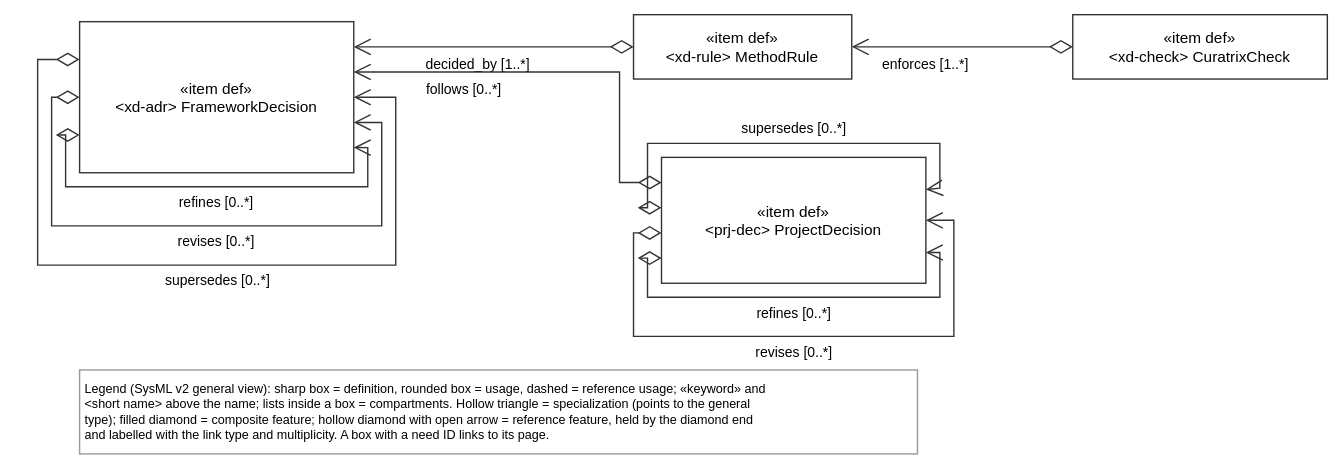
The draw.io diagram views/traceGovernance.drawio.svg in tiacsys/xdmod, before a commit. Source tidied: cells renumbered, new cells last; positions are measured from the earlier drawing's top-left corner, leaving out a move shared by most shapes.
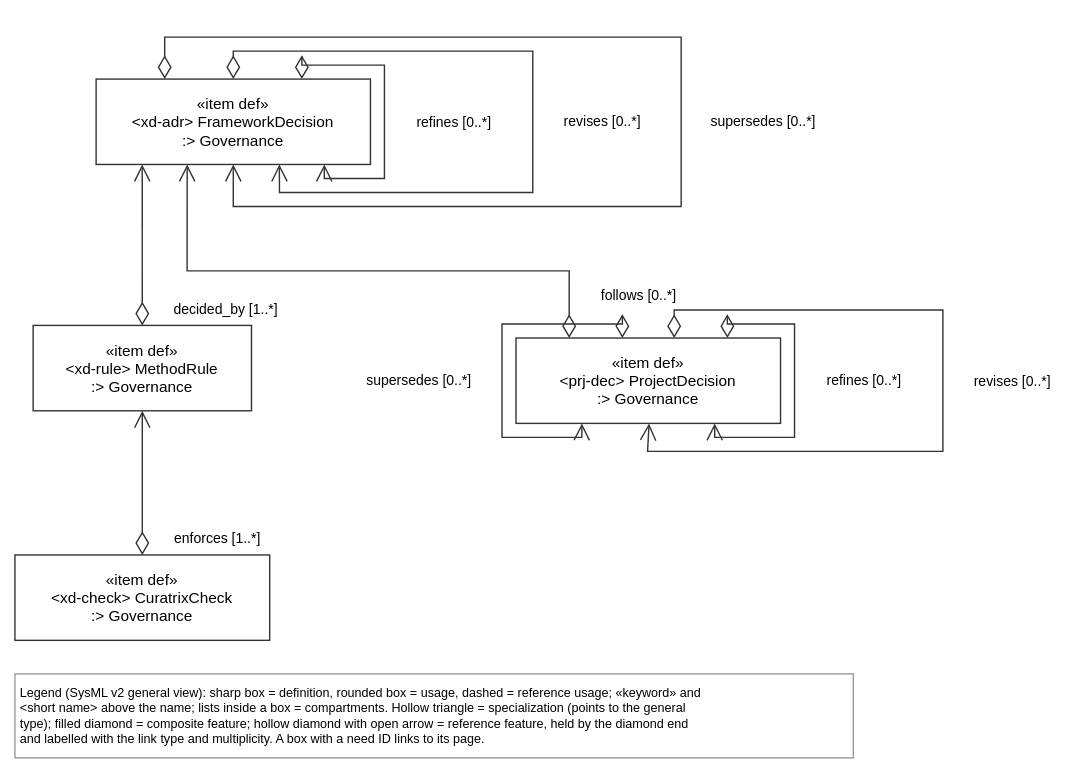
Later version of the same file.

Diff of the diagram source:
```diff
@@ -2,104 +2,104 @@
   <root>
     <mxCell id="0" />
     <mxCell id="1" parent="0" />
-    <mxCell id="2" value="«item def»&#10;&lt;xd-check&gt; CuratrixCheck" style="html=0;fontFamily=Helvetica;fontSize=11;strokeColor=#333333;rounded=0;fillColor=#FFFFFF;verticalAlign=middle;" parent="1" vertex="1">
-      <mxGeometry x="740" width="182" height="46" as="geometry" />
+    <mxCell id="2" value="«item def»&#10;&lt;xd-check&gt; CuratrixCheck&#10;:&gt; Governance" style="html=0;fontFamily=Helvetica;fontSize=11;strokeColor=#333333;rounded=0;fillColor=#FFFFFF;verticalAlign=middle;" parent="1" vertex="1">
+      <mxGeometry y="370" width="182" height="61" as="geometry" />
     </mxCell>
-    <mxCell id="3" value="«item def»&#10;&lt;xd-adr&gt; FrameworkDecision" style="html=0;fontFamily=Helvetica;fontSize=11;strokeColor=#333333;rounded=0;fillColor=#FFFFFF;verticalAlign=middle;" parent="1" vertex="1">
-      <mxGeometry x="30" y="5" width="196" height="108" as="geometry" />
+    <mxCell id="3" value="«item def»&#10;&lt;xd-adr&gt; FrameworkDecision&#10;:&gt; Governance" style="html=0;fontFamily=Helvetica;fontSize=11;strokeColor=#333333;rounded=0;fillColor=#FFFFFF;verticalAlign=middle;" parent="1" vertex="1">
+      <mxGeometry x="58" y="30" width="196" height="61" as="geometry" />
     </mxCell>
-    <mxCell id="4" value="«item def»&#10;&lt;xd-rule&gt; MethodRule" style="html=0;fontFamily=Helvetica;fontSize=11;strokeColor=#333333;rounded=0;fillColor=#FFFFFF;verticalAlign=middle;" parent="1" vertex="1">
-      <mxGeometry x="426" width="156" height="46" as="geometry" />
+    <mxCell id="4" value="«item def»&#10;&lt;xd-rule&gt; MethodRule&#10;:&gt; Governance" style="html=0;fontFamily=Helvetica;fontSize=11;strokeColor=#333333;rounded=0;fillColor=#FFFFFF;verticalAlign=middle;" parent="1" vertex="1">
+      <mxGeometry x="13" y="206" width="156" height="61" as="geometry" />
     </mxCell>
-    <mxCell id="5" value="«item def»&#10;&lt;prj-dec&gt; ProjectDecision" style="html=0;fontFamily=Helvetica;fontSize=11;strokeColor=#333333;rounded=0;fillColor=#FFFFFF;verticalAlign=middle;" parent="1" vertex="1">
-      <mxGeometry x="446" y="102" width="189" height="90" as="geometry" />
+    <mxCell id="5" value="«item def»&#10;&lt;prj-dec&gt; ProjectDecision&#10;:&gt; Governance" style="html=0;fontFamily=Helvetica;fontSize=11;strokeColor=#333333;rounded=0;fillColor=#FFFFFF;verticalAlign=middle;" parent="1" vertex="1">
+      <mxGeometry x="358" y="215" width="189" height="61" as="geometry" />
     </mxCell>
     <mxCell id="6" value="Legend (SysML v2 general view): sharp box = definition, rounded box = usage, dashed = reference usage; «keyword» and&#10;&lt;short name&gt; above the name; lists inside a box = compartments. Hollow triangle = specialization (points to the general&#10;type); filled diamond = composite feature; hollow diamond with open arrow = reference feature, held by the diamond end&#10;and labelled with the link type and multiplicity. A box with a need ID links to its page." style="text;html=0;align=left;verticalAlign=top;fontFamily=Helvetica;fontSize=9;fillColor=#FFFFFF;strokeColor=#999999;spacing=4;" parent="1" vertex="1">
-      <mxGeometry x="30" y="254" width="599" height="60" as="geometry" />
+      <mxGeometry y="455" width="599" height="60" as="geometry" />
     </mxCell>
-    <mxCell id="7" value="enforces [1..*]" style="html=0;rounded=0;endSize=10;startSize=14;fontFamily=Helvetica;fontSize=10;labelBackgroundColor=#FFFFFF;strokeColor=#333333;startArrow=diamondThin;startFill=0;endArrow=open;exitX=0.000;exitY=0.500;exitDx=0;exitDy=0;exitPerimeter=0;entryX=1.000;entryY=0.500;entryDx=0;entryDy=0;entryPerimeter=0;" parent="1" edge="1" source="2" target="4">
+    <mxCell id="7" value="enforces [1..*]" style="html=0;rounded=0;endSize=10;startSize=14;fontFamily=Helvetica;fontSize=10;labelBackgroundColor=#FFFFFF;strokeColor=#333333;startArrow=diamondThin;startFill=0;endArrow=open;exitX=0.500;exitY=0.000;exitDx=0;exitDy=0;exitPerimeter=0;entryX=0.500;entryY=1.000;entryDx=0;entryDy=0;entryPerimeter=0;" parent="1" edge="1" source="2" target="4">
       <mxGeometry relative="1" as="geometry">
-        <mxPoint x="-26" y="12" as="offset" />
+        <mxPoint x="54" y="40" as="offset" />
       </mxGeometry>
     </mxCell>
-    <mxCell id="8" value="refines [0..*]" style="html=0;rounded=0;endSize=10;startSize=14;fontFamily=Helvetica;fontSize=10;labelBackgroundColor=#FFFFFF;strokeColor=#333333;startArrow=diamondThin;startFill=0;endArrow=open;exitX=0.000;exitY=0.750;exitDx=0;exitDy=0;exitPerimeter=0;entryX=1.000;entryY=0.833;entryDx=0;entryDy=0;entryPerimeter=0;" parent="1" edge="1" source="3" target="3">
+    <mxCell id="8" value="refines [0..*]" style="html=0;rounded=0;endSize=10;startSize=14;fontFamily=Helvetica;fontSize=10;labelBackgroundColor=#FFFFFF;strokeColor=#333333;startArrow=diamondThin;startFill=0;endArrow=open;exitX=0.750;exitY=0.000;exitDx=0;exitDy=0;exitPerimeter=0;entryX=0.832;entryY=1.000;entryDx=0;entryDy=0;entryPerimeter=0;" parent="1" edge="1" source="3" target="3">
       <mxGeometry relative="1" as="geometry">
         <Array as="points">
-          <mxPoint x="20" y="86" />
-          <mxPoint x="20" y="123" />
-          <mxPoint x="236" y="123" />
-          <mxPoint x="236" y="95" />
+          <mxPoint x="205" y="20" />
+          <mxPoint x="264" y="20" />
+          <mxPoint x="264" y="101" />
+          <mxPoint x="221" y="101" />
         </Array>
-        <mxPoint x="4" y="11" as="offset" />
+        <mxPoint x="50" y="8" as="offset" />
       </mxGeometry>
     </mxCell>
-    <mxCell id="9" value="revises [0..*]" style="html=0;rounded=0;endSize=10;startSize=14;fontFamily=Helvetica;fontSize=10;labelBackgroundColor=#FFFFFF;strokeColor=#333333;startArrow=diamondThin;startFill=0;endArrow=open;exitX=0.000;exitY=0.500;exitDx=0;exitDy=0;exitPerimeter=0;entryX=1.000;entryY=0.667;entryDx=0;entryDy=0;entryPerimeter=0;" parent="1" edge="1" source="3" target="3">
+    <mxCell id="9" value="revises [0..*]" style="html=0;rounded=0;endSize=10;startSize=14;fontFamily=Helvetica;fontSize=10;labelBackgroundColor=#FFFFFF;strokeColor=#333333;startArrow=diamondThin;startFill=0;endArrow=open;exitX=0.500;exitY=0.000;exitDx=0;exitDy=0;exitPerimeter=0;entryX=0.668;entryY=1.000;entryDx=0;entryDy=0;entryPerimeter=0;" parent="1" edge="1" source="3" target="3">
       <mxGeometry relative="1" as="geometry">
         <Array as="points">
-          <mxPoint x="10" y="59" />
-          <mxPoint x="10" y="151" />
-          <mxPoint x="246" y="151" />
-          <mxPoint x="246" y="77" />
+          <mxPoint x="156" y="10" />
+          <mxPoint x="370" y="10" />
+          <mxPoint x="370" y="111" />
+          <mxPoint x="189" y="111" />
         </Array>
-        <mxPoint x="9" y="11" as="offset" />
+        <mxPoint x="50" y="16" as="offset" />
       </mxGeometry>
     </mxCell>
-    <mxCell id="10" value="supersedes [0..*]" style="html=0;rounded=0;endSize=10;startSize=14;fontFamily=Helvetica;fontSize=10;labelBackgroundColor=#FFFFFF;strokeColor=#333333;startArrow=diamondThin;startFill=0;endArrow=open;exitX=0.000;exitY=0.250;exitDx=0;exitDy=0;exitPerimeter=0;entryX=1.000;entryY=0.500;entryDx=0;entryDy=0;entryPerimeter=0;" parent="1" edge="1" source="3" target="3">
+    <mxCell id="10" value="supersedes [0..*]" style="html=0;rounded=0;endSize=10;startSize=14;fontFamily=Helvetica;fontSize=10;labelBackgroundColor=#FFFFFF;strokeColor=#333333;startArrow=diamondThin;startFill=0;endArrow=open;exitX=0.250;exitY=0.000;exitDx=0;exitDy=0;exitPerimeter=0;entryX=0.500;entryY=1.000;entryDx=0;entryDy=0;entryPerimeter=0;" parent="1" edge="1" source="3" target="3">
       <mxGeometry relative="1" as="geometry">
         <Array as="points">
-          <mxPoint y="32" />
-          <mxPoint y="179" />
-          <mxPoint x="256" y="179" />
-          <mxPoint x="256" y="59" />
+          <mxPoint x="107" />
+          <mxPoint x="476" />
+          <mxPoint x="476" y="121" />
+          <mxPoint x="156" y="121" />
         </Array>
-        <mxPoint x="14" y="11" as="offset" />
+        <mxPoint x="59" y="24" as="offset" />
       </mxGeometry>
     </mxCell>
-    <mxCell id="11" value="decided_by [1..*]" style="html=0;rounded=0;endSize=10;startSize=14;fontFamily=Helvetica;fontSize=10;labelBackgroundColor=#FFFFFF;strokeColor=#333333;startArrow=diamondThin;startFill=0;endArrow=open;exitX=0.000;exitY=0.500;exitDx=0;exitDy=0;exitPerimeter=0;entryX=1.000;entryY=0.167;entryDx=0;entryDy=0;entryPerimeter=0;" parent="1" edge="1" source="4" target="3">
+    <mxCell id="11" value="decided_by [1..*]" style="html=0;rounded=0;endSize=10;startSize=14;fontFamily=Helvetica;fontSize=10;labelBackgroundColor=#FFFFFF;strokeColor=#333333;startArrow=diamondThin;startFill=0;endArrow=open;exitX=0.500;exitY=0.000;exitDx=0;exitDy=0;exitPerimeter=0;entryX=0.168;entryY=1.000;entryDx=0;entryDy=0;entryPerimeter=0;" parent="1" edge="1" source="4" target="3">
       <mxGeometry relative="1" as="geometry">
-        <mxPoint x="-11" y="12" as="offset" />
+        <mxPoint x="60" y="46" as="offset" />
       </mxGeometry>
     </mxCell>
-    <mxCell id="12" value="follows [0..*]" style="html=0;rounded=0;endSize=10;startSize=14;fontFamily=Helvetica;fontSize=10;labelBackgroundColor=#FFFFFF;strokeColor=#333333;startArrow=diamondThin;startFill=0;endArrow=open;exitX=0.000;exitY=0.200;exitDx=0;exitDy=0;exitPerimeter=0;entryX=1.000;entryY=0.333;entryDx=0;entryDy=0;entryPerimeter=0;" parent="1" edge="1" source="5" target="3">
+    <mxCell id="12" value="follows [0..*]" style="html=0;rounded=0;endSize=10;startSize=14;fontFamily=Helvetica;fontSize=10;labelBackgroundColor=#FFFFFF;strokeColor=#333333;startArrow=diamondThin;startFill=0;endArrow=open;exitX=0.201;exitY=0.000;exitDx=0;exitDy=0;exitPerimeter=0;entryX=0.332;entryY=1.000;entryDx=0;entryDy=0;entryPerimeter=0;" parent="1" edge="1" source="5" target="3">
       <mxGeometry relative="1" as="geometry">
         <Array as="points">
-          <mxPoint x="416" y="120" />
-          <mxPoint x="416" y="41" />
+          <mxPoint x="396" y="167" />
+          <mxPoint x="123" y="167" />
         </Array>
-        <mxPoint x="-70" y="12" as="offset" />
+        <mxPoint x="201" y="17" as="offset" />
       </mxGeometry>
     </mxCell>
-    <mxCell id="13" value="refines [0..*]" style="html=0;rounded=0;endSize=10;startSize=14;fontFamily=Helvetica;fontSize=10;labelBackgroundColor=#FFFFFF;strokeColor=#333333;startArrow=diamondThin;startFill=0;endArrow=open;exitX=0.000;exitY=0.800;exitDx=0;exitDy=0;exitPerimeter=0;entryX=1.000;entryY=0.756;entryDx=0;entryDy=0;entryPerimeter=0;" parent="1" edge="1" source="5" target="5">
+    <mxCell id="13" value="refines [0..*]" style="html=0;rounded=0;endSize=10;startSize=14;fontFamily=Helvetica;fontSize=10;labelBackgroundColor=#FFFFFF;strokeColor=#333333;startArrow=diamondThin;startFill=0;endArrow=open;exitX=0.799;exitY=0.000;exitDx=0;exitDy=0;exitPerimeter=0;entryX=0.751;entryY=1.000;entryDx=0;entryDy=0;entryPerimeter=0;" parent="1" edge="1" source="5" target="5">
       <mxGeometry relative="1" as="geometry">
         <Array as="points">
-          <mxPoint x="436" y="174" />
-          <mxPoint x="436" y="202" />
-          <mxPoint x="645" y="202" />
-          <mxPoint x="645" y="170" />
+          <mxPoint x="509" y="205" />
+          <mxPoint x="557" y="205" />
+          <mxPoint x="557" y="286" />
+          <mxPoint x="500" y="286" />
         </Array>
-        <mxPoint x="-2" y="11" as="offset" />
+        <mxPoint x="50" y="-5" as="offset" />
       </mxGeometry>
     </mxCell>
-    <mxCell id="14" value="revises [0..*]" style="html=0;rounded=0;endSize=10;startSize=14;fontFamily=Helvetica;fontSize=10;labelBackgroundColor=#FFFFFF;strokeColor=#333333;startArrow=diamondThin;startFill=0;endArrow=open;exitX=0.000;exitY=0.600;exitDx=0;exitDy=0;exitPerimeter=0;entryX=1.000;entryY=0.500;entryDx=0;entryDy=0;entryPerimeter=0;" parent="1" edge="1" source="5" target="5">
+    <mxCell id="14" value="revises [0..*]" style="html=0;rounded=0;endSize=10;startSize=14;fontFamily=Helvetica;fontSize=10;labelBackgroundColor=#FFFFFF;strokeColor=#333333;startArrow=diamondThin;startFill=0;endArrow=open;exitX=0.598;exitY=0.000;exitDx=0;exitDy=0;exitPerimeter=0;entryX=0.503;entryY=1.000;entryDx=0;entryDy=0;entryPerimeter=0;" parent="1" edge="1" source="5" target="5">
       <mxGeometry relative="1" as="geometry">
         <Array as="points">
-          <mxPoint x="426" y="156" />
-          <mxPoint x="426" y="230" />
-          <mxPoint x="655" y="230" />
-          <mxPoint x="655" y="147" />
+          <mxPoint x="471" y="195" />
+          <mxPoint x="663" y="195" />
+          <mxPoint x="663" y="296" />
+          <mxPoint x="452" y="296" />
         </Array>
-        <mxPoint x="-4" y="11" as="offset" />
+        <mxPoint x="50" y="-9" as="offset" />
       </mxGeometry>
     </mxCell>
-    <mxCell id="15" value="supersedes [0..*]" style="html=0;rounded=0;endSize=10;startSize=14;fontFamily=Helvetica;fontSize=10;labelBackgroundColor=#FFFFFF;strokeColor=#333333;startArrow=diamondThin;startFill=0;endArrow=open;exitX=0.000;exitY=0.400;exitDx=0;exitDy=0;exitPerimeter=0;entryX=1.000;entryY=0.256;entryDx=0;entryDy=0;entryPerimeter=0;" parent="1" edge="1" source="5" target="5">
+    <mxCell id="15" value="supersedes [0..*]" style="html=0;rounded=0;endSize=10;startSize=14;fontFamily=Helvetica;fontSize=10;labelBackgroundColor=#FFFFFF;strokeColor=#333333;startArrow=diamondThin;startFill=0;endArrow=open;exitX=0.402;exitY=0.000;exitDx=0;exitDy=0;exitPerimeter=0;entryX=0.249;entryY=1.000;entryDx=0;entryDy=0;entryPerimeter=0;" parent="1" edge="1" source="5" target="5">
       <mxGeometry relative="1" as="geometry">
         <Array as="points">
-          <mxPoint x="436" y="138" />
-          <mxPoint x="436" y="92" />
-          <mxPoint x="645" y="92" />
-          <mxPoint x="645" y="124" />
+          <mxPoint x="434" y="205" />
+          <mxPoint x="348" y="205" />
+          <mxPoint x="348" y="286" />
+          <mxPoint x="405" y="286" />
         </Array>
-        <mxPoint x="7" y="-11" as="offset" />
+        <mxPoint x="-59" y="14" as="offset" />
       </mxGeometry>
     </mxCell>
   </root>
```
